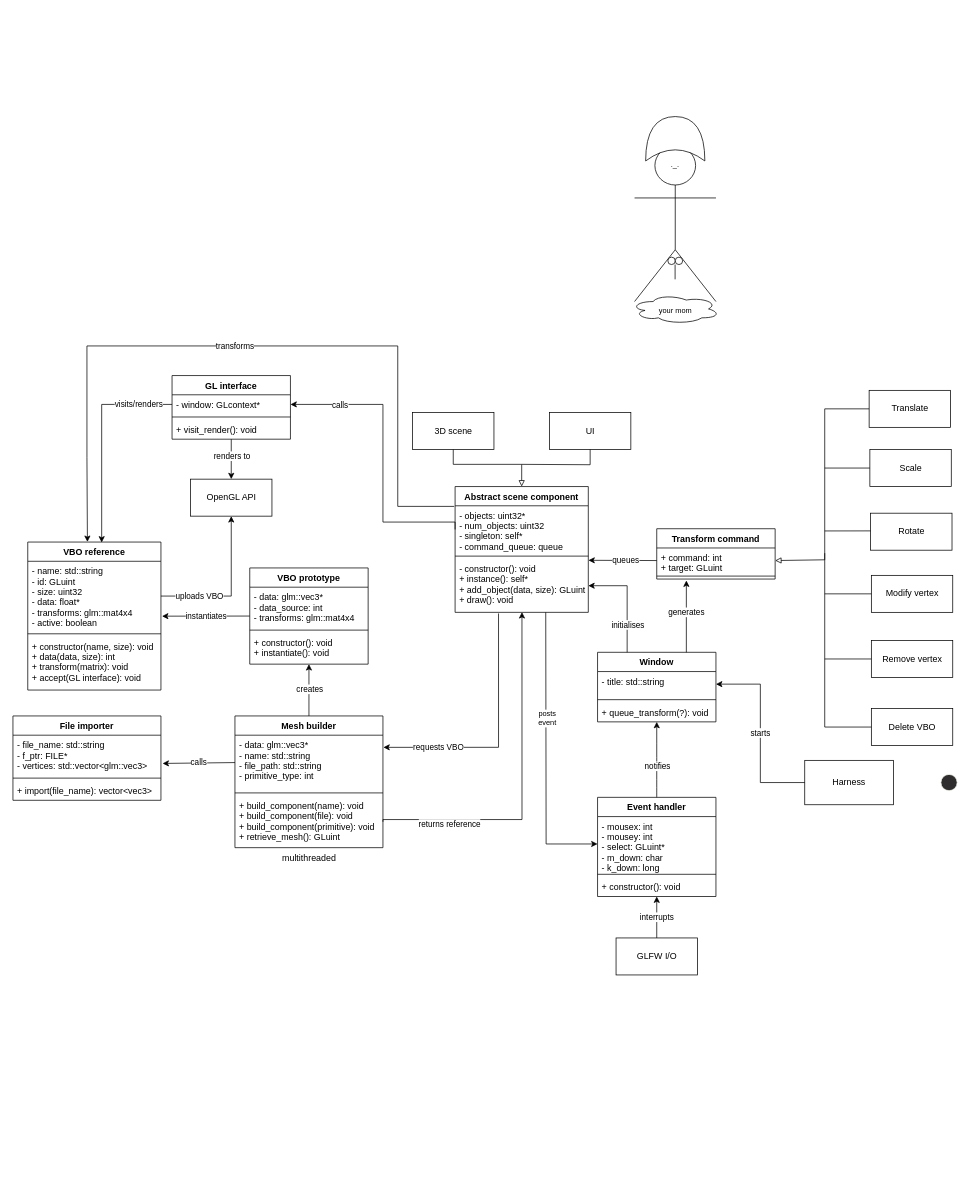
The draw.io diagram class.drawio in ryanchan8662/gl_window_util, before the edit. Source tidied: cells renumbered, new cells numbered last; positions are measured from the earlier drawing's top-left corner, leaving out a move shared by most shapes. Both pictures are drawn from the tidied source at 74%, with x=0, y=0 at pixel (13, 109).
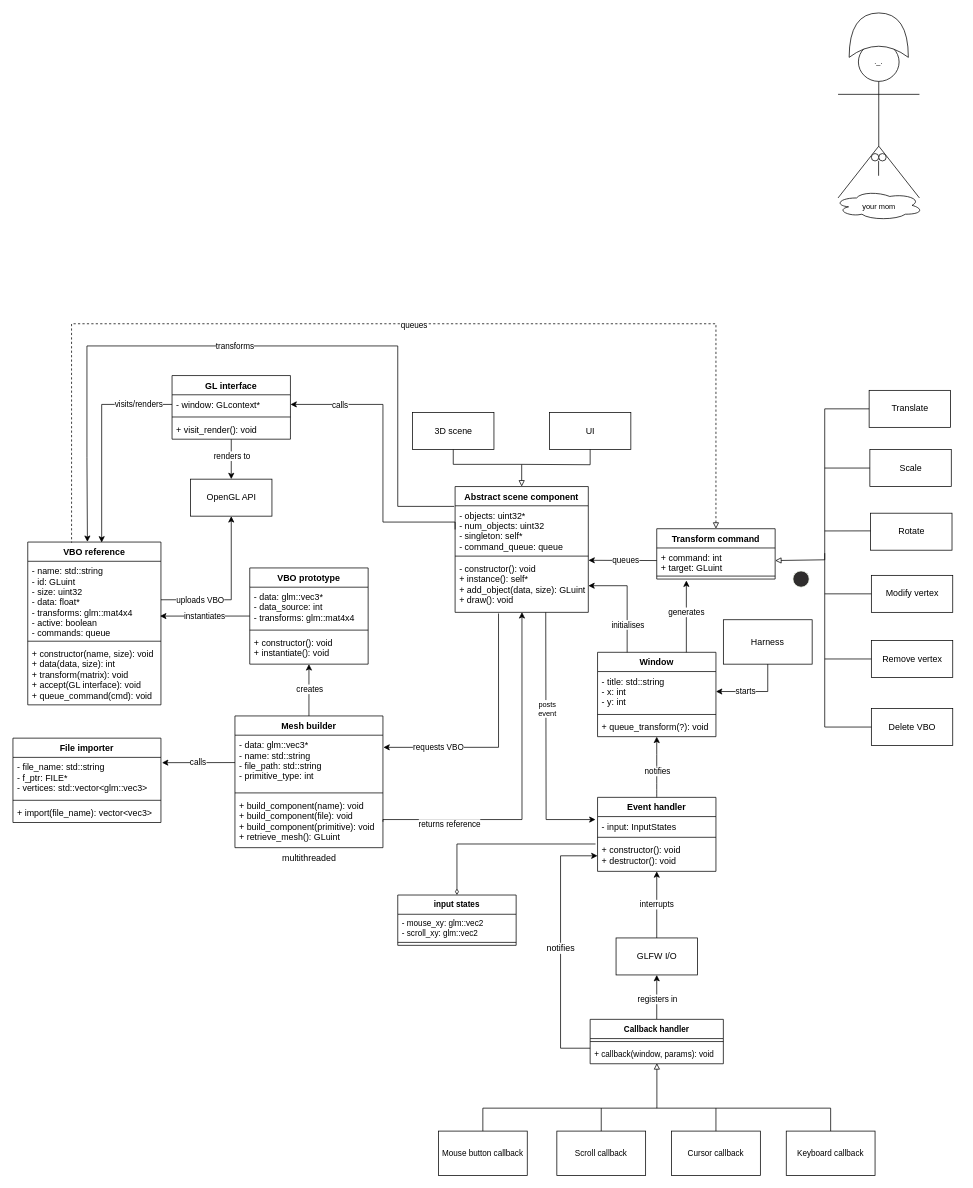
The same page after the edit.

The change refers to these unchanged cells:
```xml
<mxCell id="20" style="group;" parent="1" vertex="1">
  <mxGeometry x="860" y="380" width="410" height="480" as="geometry" />
</mxCell>
<mxCell id="33" value="Transform command" style="swimlane;fontStyle=1;align=center;verticalAlign=top;horizontal=1;startSize=26;" parent="20" vertex="1">
  <mxGeometry x="10" y="187" width="160" height="68" as="geometry" />
</mxCell>
<mxCell id="36" value="VBO prototype" style="swimlane;fontStyle=1;align=center;verticalAlign=top;horizontal=1;startSize=26;" parent="1" vertex="1">
  <mxGeometry x="320" y="620" width="160" height="130" as="geometry" />
</mxCell>
<mxCell id="56" style="group;" parent="1" vertex="1">
  <mxGeometry y="820" width="500" height="208" as="geometry" />
</mxCell>
<mxCell id="58" value="- file_name: std::string&#10;- f_ptr: FILE*&#10;- vertices: std::vector&lt;glm::vec3&gt;&#10;" style="text;strokeColor=none;fillColor=none;align=left;verticalAlign=top;spacingLeft=4;spacingRight=4;overflow=hidden;points=[[0,0.5],[1,0.5]];portConstraint=eastwest;" parent="57" vertex="1">
  <mxGeometry y="26" width="200" height="54" as="geometry" />
</mxCell>
<mxCell id="65" value="- data: glm::vec3*&#10;- name: std::string&#10;- file_path: std::string&#10;- primitive_type: int&#10;" style="text;strokeColor=none;fillColor=none;align=left;verticalAlign=top;spacingLeft=4;spacingRight=4;overflow=hidden;points=[[0,0.5],[1,0.5]];portConstraint=eastwest;" parent="64" vertex="1">
  <mxGeometry y="26" width="200" height="74" as="geometry" />
</mxCell>
<mxCell id="84" value="GLFW I/O" style="html=1;" parent="1" vertex="1">
  <mxGeometry x="815" y="1120" width="110" height="50" as="geometry" />
</mxCell>
```

Diff of the diagram source:
```diff
@@
-    <mxCell id="2" style="ellipse;shape=cloud;whiteSpace=wrap;html=1;fontSize=10;" parent="1" vertex="1">
-      <mxGeometry x="835" y="250" width="120" height="40" as="geometry" />
-    </mxCell>
     <mxCell id="3" value="Window" style="swimlane;fontStyle=1;align=center;verticalAlign=top;horizontal=1;startSize=26;" parent="1" vertex="1">
-      <mxGeometry x="790" y="734" width="160" height="94" as="geometry" />
+      <mxGeometry x="790" y="734" width="160" height="114" as="geometry" />
     </mxCell>
-    <mxCell id="4" value="- title: std::string" style="text;strokeColor=none;fillColor=none;align=left;verticalAlign=top;spacingLeft=4;spacingRight=4;overflow=hidden;points=[[0,0.5],[1,0.5]];portConstraint=eastwest;" parent="3" vertex="1">
-      <mxGeometry y="26" width="160" height="34" as="geometry" />
+    <mxCell id="4" value="- title: std::string&#10;- x: int&#10;- y: int" style="text;strokeColor=none;fillColor=none;align=left;verticalAlign=top;spacingLeft=4;spacingRight=4;overflow=hidden;points=[[0,0.5],[1,0.5]];portConstraint=eastwest;" parent="3" vertex="1">
+      <mxGeometry y="26" width="160" height="54" as="geometry" />
     </mxCell>
     <mxCell id="5" style="line;strokeWidth=1;fillColor=none;align=left;verticalAlign=middle;spacingTop=-1;spacingLeft=3;spacingRight=3;labelPosition=right;strokeColor=inherit;" parent="3" vertex="1">
-      <mxGeometry y="60" width="160" height="8" as="geometry" />
+      <mxGeometry y="80" width="160" height="8" as="geometry" />
     </mxCell>
     <mxCell id="6" value="+ queue_transform(?): void" style="text;strokeColor=none;fillColor=none;align=left;verticalAlign=top;spacingLeft=4;spacingRight=4;overflow=hidden;" parent="3" vertex="1">
-      <mxGeometry y="68" width="160" height="26" as="geometry" />
+      <mxGeometry y="88" width="160" height="26" as="geometry" />
     </mxCell>
     <mxCell id="7" value="VBO reference" style="swimlane;fontStyle=1;align=center;verticalAlign=top;horizontal=1;startSize=26;" parent="1" vertex="1">
-      <mxGeometry x="20" y="585" width="180" height="200" as="geometry" />
+      <mxGeometry x="20" y="585" width="180" height="220" as="geometry" />
     </mxCell>
-    <mxCell id="8" value="- name: std::string&#10;- id: GLuint&#10;- size: uint32&#10;- data: float*&#10;- transforms: glm::mat4x4&#10;- active: boolean&#10;&#10;" style="text;strokeColor=none;fillColor=none;align=left;verticalAlign=top;spacingLeft=4;spacingRight=4;overflow=hidden;points=[[0,0.5],[1,0.5]];portConstraint=eastwest;" parent="7" vertex="1">
-      <mxGeometry y="26" width="180" height="94" as="geometry" />
+    <mxCell id="8" value="- name: std::string&#10;- id: GLuint&#10;- size: uint32&#10;- data: float*&#10;- transforms: glm::mat4x4&#10;- active: boolean&#10;- commands: queue&#10;&#10;" style="text;strokeColor=none;fillColor=none;align=left;verticalAlign=top;spacingLeft=4;spacingRight=4;overflow=hidden;points=[[0,0.5],[1,0.5]];portConstraint=eastwest;" parent="7" vertex="1">
+      <mxGeometry y="26" width="180" height="104" as="geometry" />
     </mxCell>
     <mxCell id="9" style="line;strokeWidth=1;fillColor=none;align=left;verticalAlign=middle;spacingTop=-1;spacingLeft=3;spacingRight=3;labelPosition=right;strokeColor=inherit;" parent="7" vertex="1">
-      <mxGeometry y="120" width="180" height="8" as="geometry" />
+      <mxGeometry y="130" width="180" height="8" as="geometry" />
     </mxCell>
-    <mxCell id="10" value="+ constructor(name, size): void&#10;+ data(data, size): int&#10;+ transform(matrix): void&#10;+ accept(GL interface): void&#10;&#10;&#10;&#10;" style="text;strokeColor=none;fillColor=none;align=left;verticalAlign=top;spacingLeft=4;spacingRight=4;overflow=hidden;" parent="7" vertex="1">
-      <mxGeometry y="128" width="180" height="72" as="geometry" />
+    <mxCell id="10" value="+ constructor(name, size): void&#10;+ data(data, size): int&#10;+ transform(matrix): void&#10;+ accept(GL interface): void&#10;+ queue_command(cmd): void&#10;&#10;&#10;" style="text;strokeColor=none;fillColor=none;align=left;verticalAlign=top;spacingLeft=4;spacingRight=4;overflow=hidden;" parent="7" vertex="1">
+      <mxGeometry y="138" width="180" height="82" as="geometry" />
     </mxCell>
@@
+    <mxCell id="78" value="Harness" style="rounded=0;whiteSpace=wrap;html=1;" parent="20" vertex="1">
+      <mxGeometry x="100" y="310" width="120" height="60" as="geometry" />
+    </mxCell>
+    <mxCell id="86" style="ellipse;html=1;shape=startState;fillColor=#2f2d2d;strokeColor=#F8FFF2;" parent="20" vertex="1">
+      <mxGeometry x="190" y="240" width="30" height="30" as="geometry" />
+    </mxCell>
+    <mxCell id="87" style="edgeStyle=orthogonalEdgeStyle;html=1;verticalAlign=bottom;endArrow=open;endSize=8;strokeColor=#ffffff;rounded=0;entryX=0.5;entryY=0;entryDx=0;entryDy=0;" parent="20" edge="1" source="86" target="78">
+      <mxGeometry relative="1" as="geometry" />
+    </mxCell>
@@
-    <mxCell id="55" value="instantiates" style="endArrow=classic;html=1;rounded=0;shadow=0;exitX=0;exitY=0.5;exitDx=0;exitDy=0;entryX=1.008;entryY=0.789;entryDx=0;entryDy=0;entryPerimeter=0;" parent="1" edge="1" source="36" target="8">
+    <mxCell id="55" value="instantiates" style="endArrow=classic;html=1;rounded=0;shadow=0;exitX=0;exitY=0.5;exitDx=0;exitDy=0;entryX=0.993;entryY=0.712;entryDx=0;entryDy=0;entryPerimeter=0;" parent="1" edge="1" source="36" target="8">
       <mxGeometry relative="1" as="geometry" />
     </mxCell>
@@
     <mxCell id="57" value="File importer" style="swimlane;fontStyle=1;align=center;verticalAlign=top;horizontal=1;startSize=26;" parent="56" vertex="1">
-      <mxGeometry width="200" height="114" as="geometry" />
+      <mxGeometry y="30" width="200" height="114" as="geometry" />
     </mxCell>
@@
-    <mxCell id="61" style="endArrow=classic;html=1;rounded=0;shadow=0;exitX=0;exitY=0.5;exitDx=0;exitDy=0;entryX=1.011;entryY=0.707;entryDx=0;entryDy=0;entryPerimeter=0;" parent="56" edge="1" source="65" target="58">
+    <mxCell id="61" style="endArrow=classic;html=1;rounded=0;shadow=0;exitX=0;exitY=0.5;exitDx=0;exitDy=0;entryX=1.007;entryY=0.132;entryDx=0;entryDy=0;entryPerimeter=0;" parent="56" edge="1" source="65" target="58">
       <mxGeometry relative="1" as="geometry" />
     </mxCell>
@@
-    <mxCell id="78" value="Harness" style="rounded=0;whiteSpace=wrap;html=1;" parent="1" vertex="1">
-      <mxGeometry x="1070" y="880" width="120" height="60" as="geometry" />
-    </mxCell>
-    <mxCell id="79" value="starts" style="endArrow=classic;html=1;rounded=0;exitX=0;exitY=0.5;exitDx=0;exitDy=0;entryX=1;entryY=0.5;entryDx=0;entryDy=0;edgeStyle=orthogonalEdgeStyle;" parent="1" edge="1" source="78" target="4">
-      <mxGeometry relative="1" as="geometry" />
+    <mxCell id="79" value="starts" style="endArrow=classic;html=1;rounded=0;exitX=0.5;exitY=1;exitDx=0;exitDy=0;entryX=1;entryY=0.5;entryDx=0;entryDy=0;edgeStyle=orthogonalEdgeStyle;" parent="1" edge="1" source="78" target="4">
+      <mxGeometry x="0.25" relative="1" as="geometry">
+        <Array as="points">
+          <mxPoint x="1020" y="787" />
+        </Array>
+      </mxGeometry>
     </mxCell>
     <mxCell id="80" value="Event handler" style="swimlane;fontStyle=1;align=center;verticalAlign=top;horizontal=1;startSize=26;" parent="1" vertex="1">
-      <mxGeometry x="790" y="930" width="160" height="134" as="geometry" />
+      <mxGeometry x="790" y="930" width="160" height="100" as="geometry" />
     </mxCell>
-    <mxCell id="81" value="- mousex: int&#10;- mousey: int&#10;- select: GLuint*&#10;- m_down: char&#10;- k_down: long&#10;&#10;" style="text;strokeColor=none;fillColor=none;align=left;verticalAlign=top;spacingLeft=4;spacingRight=4;overflow=hidden;points=[[0,0.5],[1,0.5]];portConstraint=eastwest;" parent="80" vertex="1">
-      <mxGeometry y="26" width="160" height="74" as="geometry" />
+    <mxCell id="81" value="- input: InputStates" style="text;strokeColor=none;fillColor=none;align=left;verticalAlign=top;spacingLeft=4;spacingRight=4;overflow=hidden;points=[[0,0.5],[1,0.5]];portConstraint=eastwest;" parent="80" vertex="1">
+      <mxGeometry y="26" width="160" height="24" as="geometry" />
     </mxCell>
     <mxCell id="82" style="line;strokeWidth=1;fillColor=none;align=left;verticalAlign=middle;spacingTop=-1;spacingLeft=3;spacingRight=3;labelPosition=right;strokeColor=inherit;" parent="80" vertex="1">
-      <mxGeometry y="100" width="160" height="8" as="geometry" />
+      <mxGeometry y="50" width="160" height="8" as="geometry" />
     </mxCell>
-    <mxCell id="83" value="+ constructor(): void" style="text;strokeColor=none;fillColor=none;align=left;verticalAlign=top;spacingLeft=4;spacingRight=4;overflow=hidden;points=[[0,0.5],[1,0.5]];portConstraint=eastwest;" parent="80" vertex="1">
-      <mxGeometry y="108" width="160" height="26" as="geometry" />
+    <mxCell id="83" value="+ constructor(): void&#10;+ destructor(): void" style="text;strokeColor=none;fillColor=none;align=left;verticalAlign=top;spacingLeft=4;spacingRight=4;overflow=hidden;points=[[0,0.5],[1,0.5]];portConstraint=eastwest;" parent="80" vertex="1">
+      <mxGeometry y="58" width="160" height="42" as="geometry" />
     </mxCell>
+    <mxCell id="99" style="edgeStyle=orthogonalEdgeStyle;rounded=0;jettySize=auto;html=1;fontSize=11;startArrow=classic;startFill=1;endArrow=none;endFill=0;startSize=6;endSize=6;sourcePerimeterSpacing=0;targetPerimeterSpacing=0;entryX=0.5;entryY=0;entryDx=0;entryDy=0;" parent="1" edge="1" source="84" target="109">
+      <mxGeometry relative="1" as="geometry" />
+    </mxCell>
+    <mxCell id="100" value="registers in" style="edgeLabel;html=1;align=center;verticalAlign=middle;fontSize=11;" parent="99" vertex="1">
+      <mxGeometry x="0.05" relative="1" as="geometry" />
+    </mxCell>
@@
-    <mxCell id="86" style="ellipse;html=1;shape=startState;fillColor=#2f2d2d;strokeColor=#F8FFF2;" parent="1" vertex="1">
-      <mxGeometry x="1250" y="895" width="30" height="30" as="geometry" />
-    </mxCell>
-    <mxCell id="87" style="edgeStyle=orthogonalEdgeStyle;html=1;verticalAlign=bottom;endArrow=open;endSize=8;strokeColor=#ffffff;rounded=0;entryX=1;entryY=0.5;entryDx=0;entryDy=0;" parent="1" edge="1" source="86" target="78">
-      <mxGeometry relative="1" as="geometry" />
-    </mxCell>
@@
-    <mxCell id="90" style="endArrow=classic;html=1;rounded=0;fontSize=10;startSize=14;endSize=6;sourcePerimeterSpacing=8;targetPerimeterSpacing=8;entryX=0;entryY=0.5;entryDx=0;entryDy=0;edgeStyle=orthogonalEdgeStyle;" parent="1" edge="1" target="81">
+    <mxCell id="90" style="endArrow=classic;html=1;rounded=0;fontSize=10;startSize=14;endSize=6;sourcePerimeterSpacing=8;targetPerimeterSpacing=8;entryX=-0.017;entryY=0.168;entryDx=0;entryDy=0;edgeStyle=orthogonalEdgeStyle;entryPerimeter=0;" parent="1" edge="1" target="81">
       <mxGeometry relative="1" as="geometry">
         <mxPoint x="720" y="680" as="sourcePoint" />
       </mxGeometry>
     </mxCell>
@@
+    <mxCell id="101" style="endArrow=none;html=1;rounded=0;fontSize=12;startSize=6;endSize=6;sourcePerimeterSpacing=0;targetPerimeterSpacing=0;entryX=0.329;entryY=0.004;entryDx=0;entryDy=0;entryPerimeter=0;edgeStyle=orthogonalEdgeStyle;exitX=0.5;exitY=0;exitDx=0;exitDy=0;startArrow=block;startFill=0;endFill=0;dashed=1;" parent="1" edge="1" source="33" target="7">
+      <mxGeometry relative="1" as="geometry">
+        <Array as="points">
+          <mxPoint x="950" y="290" />
+          <mxPoint x="79" y="290" />
+        </Array>
+      </mxGeometry>
+    </mxCell>
+    <mxCell id="102" value="&lt;font style=&quot;font-size: 11px;&quot;&gt;queues&lt;/font&gt;" style="edgeLabel;html=1;align=center;verticalAlign=middle;fontSize=16;" parent="101" vertex="1">
+      <mxGeometry x="-0.05" y="-1" relative="1" as="geometry" />
+    </mxCell>
+    <mxCell id="103" style="group;" parent="1" vertex="1">
+      <mxGeometry x="1110" y="-130" width="120" height="280" as="geometry" />
+    </mxCell>
+    <mxCell id="2" style="ellipse;shape=cloud;whiteSpace=wrap;html=1;fontSize=10;" parent="103" vertex="1">
+      <mxGeometry y="240" width="120" height="40" as="geometry" />
+    </mxCell>
-    <mxCell id="92" value="your mom" style="shape=umlActor;verticalLabelPosition=bottom;verticalAlign=top;html=1;fontSize=10;" parent="1" vertex="1">
-      <mxGeometry x="840" y="50" width="110" height="210" as="geometry" />
+    <mxCell id="92" value="your mom" style="shape=umlActor;verticalLabelPosition=bottom;verticalAlign=top;html=1;fontSize=10;" parent="103" vertex="1">
+      <mxGeometry x="5" y="40" width="110" height="210" as="geometry" />
     </mxCell>
-    <mxCell id="93" style="group;" parent="1" vertex="1">
-      <mxGeometry x="885" y="200" width="20" height="10" as="geometry" />
+    <mxCell id="93" style="group;" parent="103" vertex="1">
+      <mxGeometry x="50" y="190" width="20" height="10" as="geometry" />
     </mxCell>
@@
-    <mxCell id="96" style="endArrow=none;html=1;rounded=0;fontSize=10;startSize=14;endSize=6;sourcePerimeterSpacing=8;targetPerimeterSpacing=8;" parent="1" edge="1">
+    <mxCell id="96" style="endArrow=none;html=1;rounded=0;fontSize=10;startSize=14;endSize=6;sourcePerimeterSpacing=8;targetPerimeterSpacing=8;" parent="103" edge="1">
       <mxGeometry relative="1" as="geometry">
-        <mxPoint x="894.8" y="230" as="sourcePoint" />
-        <mxPoint x="894.8" y="210" as="targetPoint" />
+        <mxPoint x="59.8" y="220" as="sourcePoint" />
+        <mxPoint x="59.8" y="200" as="targetPoint" />
       </mxGeometry>
     </mxCell>
-    <mxCell id="97" style="shape=xor;whiteSpace=wrap;html=1;fontSize=10;rotation=-90;" parent="1" vertex="1">
-      <mxGeometry x="865" width="60" height="80" as="geometry" />
+    <mxCell id="97" style="shape=xor;whiteSpace=wrap;html=1;fontSize=10;rotation=-90;" parent="103" vertex="1">
+      <mxGeometry x="30" y="-10" width="60" height="80" as="geometry" />
     </mxCell>
-    <mxCell id="98" value="._." style="text;html=1;strokeColor=none;fillColor=none;align=center;verticalAlign=middle;whiteSpace=wrap;rounded=0;fontSize=10;" parent="1" vertex="1">
-      <mxGeometry x="865" y="60" width="60" height="30" as="geometry" />
+    <mxCell id="98" value="._." style="text;html=1;strokeColor=none;fillColor=none;align=center;verticalAlign=middle;whiteSpace=wrap;rounded=0;fontSize=10;" parent="103" vertex="1">
+      <mxGeometry x="30" y="50" width="60" height="30" as="geometry" />
     </mxCell>
+    <mxCell id="104" value="input states" style="swimlane;fontStyle=1;align=center;verticalAlign=top;horizontal=1;startSize=26;fontSize=11;" parent="1" vertex="1">
+      <mxGeometry x="520" y="1062" width="160" height="68" as="geometry" />
+    </mxCell>
+    <mxCell id="105" value="- mouse_xy: glm::vec2&#10;- scroll_xy: glm::vec2" style="text;strokeColor=none;fillColor=none;align=left;verticalAlign=top;spacingLeft=4;spacingRight=4;overflow=hidden;fontSize=11;" parent="104" vertex="1">
+      <mxGeometry y="26" width="160" height="34" as="geometry" />
+    </mxCell>
+    <mxCell id="106" style="line;strokeWidth=1;fillColor=none;align=left;verticalAlign=middle;spacingTop=-1;spacingLeft=3;spacingRight=3;labelPosition=right;strokeColor=inherit;fontSize=11;" parent="104" vertex="1">
+      <mxGeometry y="60" width="160" height="8" as="geometry" />
+    </mxCell>
+    <mxCell id="107" style="endArrow=diamondThin;html=1;rounded=0;fontSize=11;startSize=6;endSize=6;sourcePerimeterSpacing=0;targetPerimeterSpacing=0;exitX=-0.017;exitY=0.12;exitDx=0;exitDy=0;exitPerimeter=0;entryX=0.5;entryY=0;entryDx=0;entryDy=0;edgeStyle=elbowEdgeStyle;endFill=0;" parent="1" edge="1" source="83" target="104">
+      <mxGeometry x="0.92" y="-52" relative="1" as="geometry">
+        <Array as="points">
+          <mxPoint x="600" y="1030" />
+          <mxPoint x="688" y="1030" />
+        </Array>
+      </mxGeometry>
+    </mxCell>
+    <mxCell id="108" style="group;" parent="1" vertex="1">
+      <mxGeometry x="575" y="1230" width="590" height="211" as="geometry" />
+    </mxCell>
+    <mxCell id="109" value="Callback handler" style="swimlane;fontStyle=1;align=center;verticalAlign=top;horizontal=1;startSize=26;fontSize=11;" parent="108" vertex="1">
+      <mxGeometry x="205" width="180" height="60" as="geometry" />
+    </mxCell>
+    <mxCell id="110" style="line;strokeWidth=1;fillColor=none;align=left;verticalAlign=middle;spacingTop=-1;spacingLeft=3;spacingRight=3;labelPosition=right;strokeColor=inherit;fontSize=11;" parent="109" vertex="1">
+      <mxGeometry y="26" width="180" height="8" as="geometry" />
+    </mxCell>
+    <mxCell id="111" value="+ callback(window, params): void" style="text;strokeColor=none;fillColor=none;align=left;verticalAlign=top;spacingLeft=4;spacingRight=4;overflow=hidden;points=[[0,0.5],[1,0.5]];portConstraint=eastwest;fontSize=11;" parent="109" vertex="1">
+      <mxGeometry y="34" width="180" height="26" as="geometry" />
+    </mxCell>
+    <mxCell id="112" value="Scroll callback" style="rounded=0;whiteSpace=wrap;html=1;fontSize=11;" parent="108" vertex="1">
+      <mxGeometry x="160" y="151" width="120" height="60" as="geometry" />
+    </mxCell>
+    <mxCell id="113" value="Cursor callback" style="rounded=0;whiteSpace=wrap;html=1;fontSize=11;" parent="108" vertex="1">
+      <mxGeometry x="315" y="151" width="120" height="60" as="geometry" />
+    </mxCell>
+    <mxCell id="114" value="Keyboard callback" style="rounded=0;whiteSpace=wrap;html=1;fontSize=11;" parent="108" vertex="1">
+      <mxGeometry x="470" y="151" width="120" height="60" as="geometry" />
+    </mxCell>
+    <mxCell id="115" value="Mouse button callback" style="rounded=0;whiteSpace=wrap;html=1;fontSize=11;" parent="108" vertex="1">
+      <mxGeometry y="151" width="120" height="60" as="geometry" />
+    </mxCell>
+    <mxCell id="116" style="endArrow=block;html=1;rounded=0;fontSize=11;startSize=6;endSize=6;sourcePerimeterSpacing=0;targetPerimeterSpacing=0;entryX=0.501;entryY=0.971;entryDx=0;entryDy=0;entryPerimeter=0;exitX=0.5;exitY=0;exitDx=0;exitDy=0;edgeStyle=orthogonalEdgeStyle;endFill=0;" parent="108" edge="1" source="115" target="111">
+      <mxGeometry relative="1" as="geometry">
+        <Array as="points">
+          <mxPoint x="60" y="120" />
+          <mxPoint x="295" y="120" />
+        </Array>
+      </mxGeometry>
+    </mxCell>
+    <mxCell id="117" style="endArrow=none;html=1;rounded=0;fontSize=11;startSize=6;endSize=6;sourcePerimeterSpacing=0;targetPerimeterSpacing=0;exitX=0.5;exitY=0;exitDx=0;exitDy=0;edgeStyle=orthogonalEdgeStyle;" parent="108" edge="1" source="114">
+      <mxGeometry relative="1" as="geometry">
+        <mxPoint x="295" y="120" as="targetPoint" />
+        <Array as="points">
+          <mxPoint x="530" y="120" />
+        </Array>
+      </mxGeometry>
+    </mxCell>
+    <mxCell id="118" style="endArrow=none;html=1;rounded=0;fontSize=11;startSize=6;endSize=6;sourcePerimeterSpacing=0;targetPerimeterSpacing=0;exitX=0.5;exitY=0;exitDx=0;exitDy=0;" parent="108" edge="1" source="112">
+      <mxGeometry relative="1" as="geometry">
+        <mxPoint x="220" y="120" as="targetPoint" />
+      </mxGeometry>
+    </mxCell>
+    <mxCell id="119" style="endArrow=none;html=1;rounded=0;fontSize=11;startSize=6;endSize=6;sourcePerimeterSpacing=0;targetPerimeterSpacing=0;exitX=0.5;exitY=0;exitDx=0;exitDy=0;" parent="108" edge="1" source="113">
+      <mxGeometry relative="1" as="geometry">
+        <mxPoint x="375" y="120" as="targetPoint" />
+      </mxGeometry>
+    </mxCell>
+    <mxCell id="120" value="notifies" style="endArrow=classic;html=1;rounded=0;fontSize=12;startSize=6;endSize=6;sourcePerimeterSpacing=0;targetPerimeterSpacing=0;exitX=0;exitY=0.5;exitDx=0;exitDy=0;entryX=0;entryY=0.5;entryDx=0;entryDy=0;edgeStyle=orthogonalEdgeStyle;" parent="1" edge="1" target="83">
+      <mxGeometry relative="1" as="geometry">
+        <mxPoint x="780" y="1269" as="sourcePoint" />
+        <Array as="points">
+          <mxPoint x="740" y="1269" />
+          <mxPoint x="740" y="1009" />
+        </Array>
+      </mxGeometry>
+    </mxCell>
```
